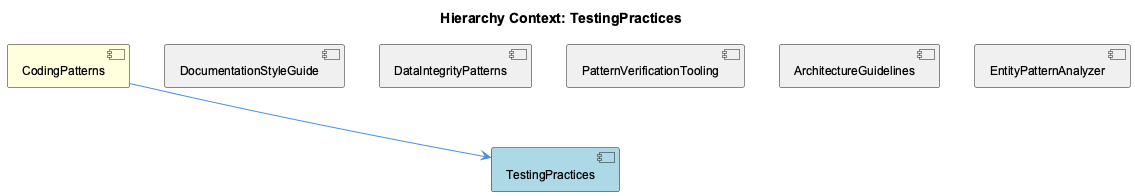
fwornle/coding keeps this PlantUML diagram as knowledge-management/insights/images/testing-practices-relationship.png. Above is the earlier version. The source it was exported from:
```plantuml
@startuml
!include _standard-style.puml

title Hierarchy Context: TestingPractices

[CodingPatterns] as coding_patterns #FFFFDD
[TestingPractices] as testing_practices #LightBlue
[DocumentationStyleGuide] as documentation_style_guide #F0F0F0
[DataIntegrityPatterns] as data_integrity_patterns #F0F0F0
[PatternVerificationTooling] as pattern_verification_tooling #F0F0F0
[ArchitectureGuidelines] as architecture_guidelines #F0F0F0
[EntityPatternAnalyzer] as entity_pattern_analyzer #F0F0F0

coding_patterns --> testing_practices
documentation_style_guide -[hidden]- testing_practices
data_integrity_patterns -[hidden]- testing_practices
pattern_verification_tooling -[hidden]- testing_practices
architecture_guidelines -[hidden]- testing_practices
entity_pattern_analyzer -[hidden]- testing_practices

@enduml
```
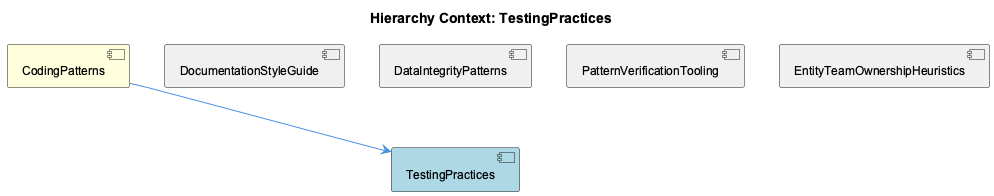
The same file after the commit.

The edit, as a diff of the source:
```diff
@@ -8,14 +8,12 @@
 [DocumentationStyleGuide] as documentation_style_guide #F0F0F0
 [DataIntegrityPatterns] as data_integrity_patterns #F0F0F0
 [PatternVerificationTooling] as pattern_verification_tooling #F0F0F0
-[ArchitectureGuidelines] as architecture_guidelines #F0F0F0
-[EntityPatternAnalyzer] as entity_pattern_analyzer #F0F0F0
+[EntityTeamOwnershipHeuristics] as entity_team_ownership_heuristics #F0F0F0
 
 coding_patterns --> testing_practices
 documentation_style_guide -[hidden]- testing_practices
 data_integrity_patterns -[hidden]- testing_practices
 pattern_verification_tooling -[hidden]- testing_practices
-architecture_guidelines -[hidden]- testing_practices
-entity_pattern_analyzer -[hidden]- testing_practices
+entity_team_ownership_heuristics -[hidden]- testing_practices
 
 @enduml
```
